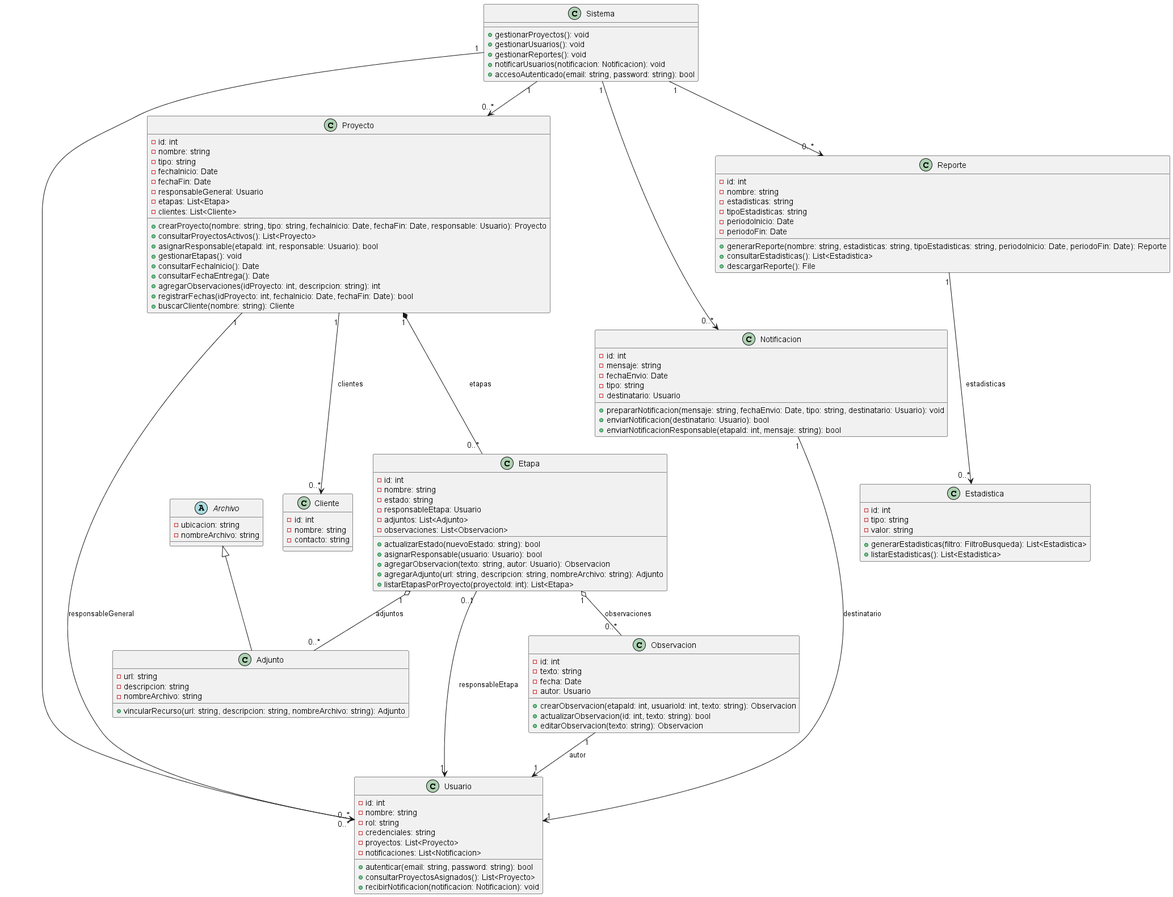
This is diagramas/01-diagrama-clases/01-diagrama-clases-final.png from 9919-Mili/SistemaProductoraVideos, a PlantUML export, as it was before one commit.
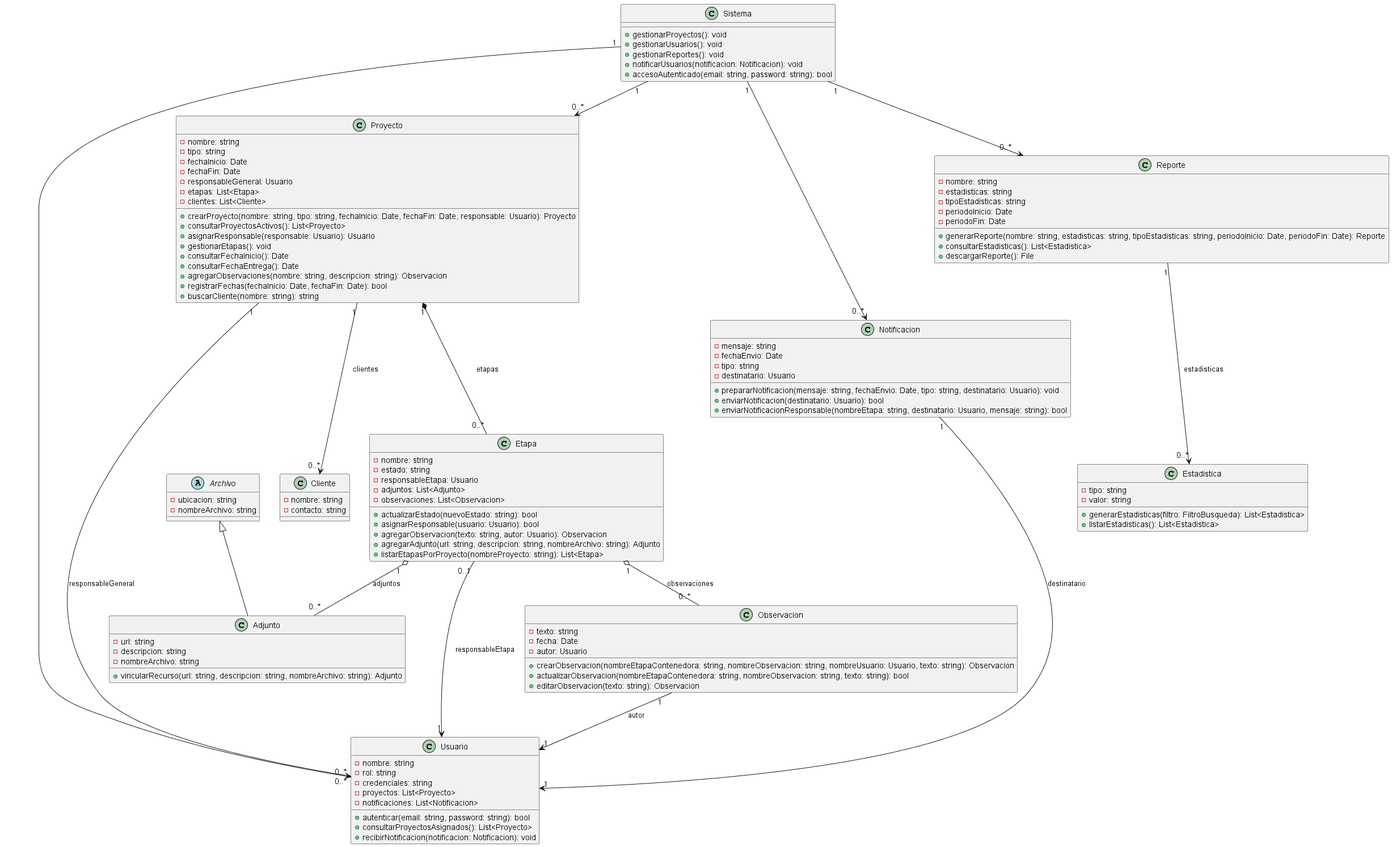
The same diagram one commit later.

Commit message:
Fixes diagrama de clases final

Diff of the diagram source:
```diff
@@ -15,7 +15,6 @@
 }
 
 class Usuario {
-    - id: int
     - nombre: string
     - rol: string
     - credenciales: string
@@ -27,13 +26,11 @@
 }
 
 class Cliente {
-    - id: int
     - nombre: string
     - contacto: string
 }
 
 class Proyecto {
-    - id: int
     - nombre: string
     - tipo: string
     - fechaInicio: Date
@@ -43,17 +40,16 @@
     - clientes: List<Cliente>
     + crearProyecto(nombre: string, tipo: string, fechaInicio: Date, fechaFin: Date, responsable: Usuario): Proyecto
     + consultarProyectosActivos(): List<Proyecto>
-    + asignarResponsable(etapaId: int, responsable: Usuario): bool
+    + asignarResponsable(responsable: Usuario): Usuario
     + gestionarEtapas(): void
     + consultarFechaInicio(): Date
     + consultarFechaEntrega(): Date
-    + agregarObservaciones(idProyecto: int, descripcion: string): int
-    + registrarFechas(idProyecto: int, fechaInicio: Date, fechaFin: Date): bool
-    + buscarCliente(nombre: string): Cliente
+    + agregarObservaciones(nombre: string, descripcion: string): Observacion
+    + registrarFechas(fechaInicio: Date, fechaFin: Date): bool
+    + buscarCliente(nombre: string): string
 }
 
 class Etapa {
-    - id: int
     - nombre: string
     - estado: string
     - responsableEtapa: Usuario
@@ -63,16 +59,15 @@
     + asignarResponsable(usuario: Usuario): bool
     + agregarObservacion(texto: string, autor: Usuario): Observacion
     + agregarAdjunto(url: string, descripcion: string, nombreArchivo: string): Adjunto
-    + listarEtapasPorProyecto(proyectoId: int): List<Etapa>
+    + listarEtapasPorProyecto(nombreProyecto: string): List<Etapa>
 }
 
 class Observacion {
-    - id: int
     - texto: string
     - fecha: Date
     - autor: Usuario
-    + crearObservacion(etapaId: int, usuarioId: int, texto: string): Observacion
-    + actualizarObservacion(id: int, texto: string): bool
+    + crearObservacion(nombreEtapaContenedora: string, nombreObservacion: string, nombreUsuario: Usuario, texto: string): Observacion
+    + actualizarObservacion(nombreEtapaContenedora: string, nombreObservacion: string, texto: string): bool
     + editarObservacion(texto: string): Observacion
 }
 
@@ -85,18 +80,16 @@
 }
 
 class Notificacion {
-    - id: int
     - mensaje: string
     - fechaEnvio: Date
     - tipo: string
     - destinatario: Usuario
     + prepararNotificacion(mensaje: string, fechaEnvio: Date, tipo: string, destinatario: Usuario): void
     + enviarNotificacion(destinatario: Usuario): bool
-    + enviarNotificacionResponsable(etapaId: int, mensaje: string): bool
+    + enviarNotificacionResponsable(nombreEtapa: string, destinatario: Usuario, mensaje: string): bool
 }
 
 class Reporte {
-    - id: int
     - nombre: string
     - estadisticas: string
     - tipoEstadisticas: string
@@ -108,7 +101,6 @@
 }
 
 class Estadistica {
-    - id: int
     - tipo: string
     - valor: string
     + generarEstadisticas(filtro: FiltroBusqueda): List<Estadistica>
```
